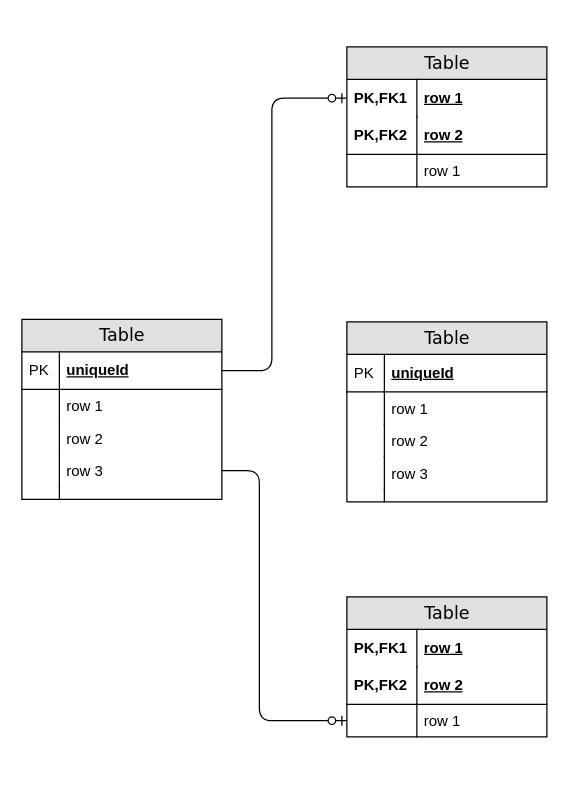
Earlier version of the draw.io diagram sql_design.drawio (sharathmg-sap/code-ux). Source tidied: cells renumbered, new cells numbered last; positions are measured from the earlier drawing's top-left corner, leaving out a move shared by most shapes. Both pictures are drawn from the tidied source at 125%, with x=0, y=0 at pixel (21, 46).
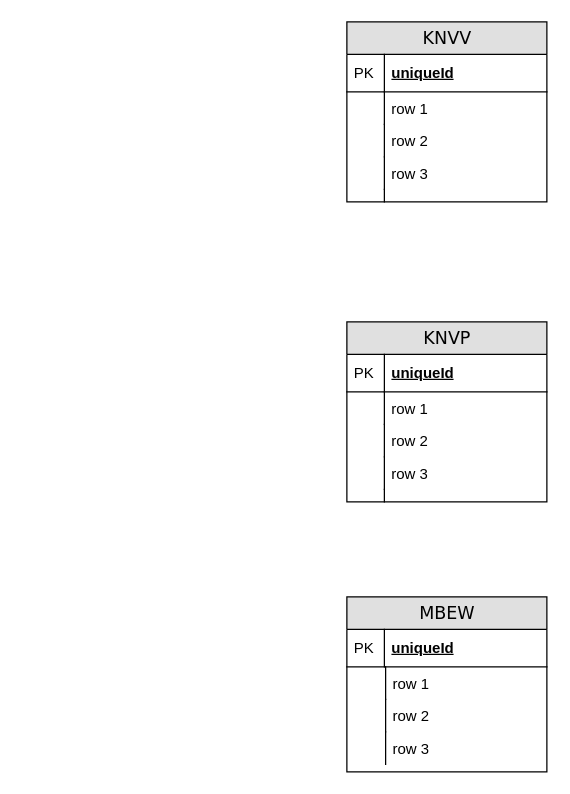
The same diagram, later.

Unchanged cells that the change refers to:
```xml
<mxCell id="28" value="uniqueId" style="shape=partialRectangle;top=0;left=0;right=0;bottom=1;html=1;align=left;verticalAlign=middle;fillColor=none;spacingLeft=34;spacingRight=4;whiteSpace=wrap;overflow=hidden;points=[[0,0.5],[1,0.5]];portConstraint=eastwest;fontStyle=5;" parent="27" vertex="1">
  <mxGeometry y="26" width="160" height="30" as="geometry" />
</mxCell>
<mxCell id="34" value="row 3" style="shape=partialRectangle;top=0;left=0;right=0;bottom=0;html=1;align=left;verticalAlign=top;fillColor=none;spacingLeft=34;spacingRight=4;whiteSpace=wrap;overflow=hidden;points=[[0,0.5],[1,0.5]];portConstraint=eastwest;" parent="27" vertex="1">
  <mxGeometry y="108" width="160" height="26" as="geometry" />
</mxCell>
```

Diff of the diagram source:
```diff
@@
-    <mxCell id="2" value="Table" style="swimlane;html=1;fontStyle=0;horizontal=1;startSize=26;fillColor=#e0e0e0;swimlaneFillColor=#ffffff;align=center;rounded=0;shadow=0;comic=0;labelBackgroundColor=none;strokeWidth=1;fontFamily=Verdana;fontSize=14;" parent="1" vertex="1">
-      <mxGeometry x="260" width="160" height="112" as="geometry" />
-    </mxCell>
-    <mxCell id="3" value="row 1" style="shape=partialRectangle;top=0;left=0;right=0;bottom=0;html=1;align=left;verticalAlign=middle;fillColor=none;spacingLeft=60;spacingRight=4;whiteSpace=wrap;overflow=hidden;points=[[0,0.5],[1,0.5]];portConstraint=eastwest;fontStyle=5;" parent="2" vertex="1">
-      <mxGeometry y="26" width="160" height="30" as="geometry" />
-    </mxCell>
-    <mxCell id="4" value="PK,FK1" style="shape=partialRectangle;fontStyle=1;top=0;left=0;bottom=0;html=1;fillColor=none;align=left;verticalAlign=middle;spacingLeft=4;spacingRight=4;whiteSpace=wrap;overflow=hidden;" parent="3" vertex="1">
-      <mxGeometry width="56" height="30" as="geometry" />
-    </mxCell>
-    <mxCell id="5" value="row 2" style="shape=partialRectangle;top=0;left=0;right=0;bottom=1;html=1;align=left;verticalAlign=middle;fillColor=none;spacingLeft=60;spacingRight=4;whiteSpace=wrap;overflow=hidden;fontStyle=5;" parent="2" vertex="1">
-      <mxGeometry y="56" width="160" height="30" as="geometry" />
-    </mxCell>
-    <mxCell id="6" value="PK,FK2" style="shape=partialRectangle;fontStyle=1;top=0;left=0;bottom=0;html=1;fillColor=none;align=left;verticalAlign=middle;spacingLeft=4;spacingRight=4;whiteSpace=wrap;overflow=hidden;" parent="5" vertex="1">
-      <mxGeometry width="56" height="30" as="geometry" />
-    </mxCell>
-    <mxCell id="7" value="row 1" style="shape=partialRectangle;top=0;left=0;right=0;bottom=0;html=1;align=left;verticalAlign=top;fillColor=none;spacingLeft=60;spacingRight=4;whiteSpace=wrap;overflow=hidden;" parent="2" vertex="1">
-      <mxGeometry y="86" width="160" height="26" as="geometry" />
-    </mxCell>
-    <mxCell id="8" style="shape=partialRectangle;top=0;left=0;bottom=0;html=1;fillColor=none;align=left;verticalAlign=top;spacingLeft=4;spacingRight=4;whiteSpace=wrap;overflow=hidden;" parent="7" vertex="1">
-      <mxGeometry width="56" height="26" as="geometry" />
-    </mxCell>
-    <mxCell id="9" value="Table" style="swimlane;html=1;fontStyle=0;horizontal=1;startSize=26;fillColor=#e0e0e0;swimlaneFillColor=#ffffff;align=center;rounded=0;shadow=0;comic=0;labelBackgroundColor=none;strokeWidth=1;fontFamily=Verdana;fontSize=14;" parent="1" vertex="1">
+    <mxCell id="9" value="KNVP" style="swimlane;html=1;fontStyle=0;horizontal=1;startSize=26;fillColor=#e0e0e0;swimlaneFillColor=#ffffff;align=center;rounded=0;shadow=0;comic=0;labelBackgroundColor=none;strokeWidth=1;fontFamily=Verdana;fontSize=14;" parent="1" vertex="1">
       <mxGeometry x="260" y="220" width="160" height="144" as="geometry" />
     </mxCell>
@@
-    <mxCell id="20" value="Table" style="swimlane;html=1;fontStyle=0;horizontal=1;startSize=26;fillColor=#e0e0e0;swimlaneFillColor=#ffffff;align=center;rounded=0;shadow=0;comic=0;labelBackgroundColor=none;strokeWidth=1;fontFamily=Verdana;fontSize=14;" parent="1" vertex="1">
-      <mxGeometry x="260" y="440" width="160" height="112" as="geometry" />
+    <mxCell id="20" value="MBEW" style="swimlane;html=1;fontStyle=0;horizontal=1;startSize=26;fillColor=#e0e0e0;swimlaneFillColor=#ffffff;align=center;rounded=0;shadow=0;comic=0;labelBackgroundColor=none;strokeWidth=1;fontFamily=Verdana;fontSize=14;" parent="1" vertex="1">
+      <mxGeometry x="260" y="440" width="160" height="140" as="geometry" />
     </mxCell>
-    <mxCell id="21" value="row 1" style="shape=partialRectangle;top=0;left=0;right=0;bottom=0;html=1;align=left;verticalAlign=middle;fillColor=none;spacingLeft=60;spacingRight=4;whiteSpace=wrap;overflow=hidden;fontStyle=5;" parent="20" vertex="1">
-      <mxGeometry y="26" width="160" height="30" as="geometry" />
-    </mxCell>
-    <mxCell id="22" value="PK,FK1" style="shape=partialRectangle;fontStyle=1;top=0;left=0;bottom=0;html=1;fillColor=none;align=left;verticalAlign=middle;spacingLeft=4;spacingRight=4;whiteSpace=wrap;overflow=hidden;" parent="21" vertex="1">
-      <mxGeometry width="56" height="30" as="geometry" />
-    </mxCell>
-    <mxCell id="23" value="row 2" style="shape=partialRectangle;top=0;left=0;right=0;bottom=1;html=1;align=left;verticalAlign=middle;fillColor=none;spacingLeft=60;spacingRight=4;whiteSpace=wrap;overflow=hidden;fontStyle=5;" parent="20" vertex="1">
-      <mxGeometry y="56" width="160" height="30" as="geometry" />
-    </mxCell>
-    <mxCell id="24" value="PK,FK2" style="shape=partialRectangle;fontStyle=1;top=0;left=0;bottom=0;html=1;fillColor=none;align=left;verticalAlign=middle;spacingLeft=4;spacingRight=4;whiteSpace=wrap;overflow=hidden;" parent="23" vertex="1">
-      <mxGeometry width="56" height="30" as="geometry" />
-    </mxCell>
-    <mxCell id="25" value="row 1" style="shape=partialRectangle;top=0;left=0;right=0;bottom=0;html=1;align=left;verticalAlign=top;fillColor=none;spacingLeft=60;spacingRight=4;whiteSpace=wrap;overflow=hidden;points=[[0,0.5],[1,0.5]];portConstraint=eastwest;" parent="20" vertex="1">
-      <mxGeometry y="86" width="160" height="26" as="geometry" />
-    </mxCell>
-    <mxCell id="26" style="shape=partialRectangle;top=0;left=0;bottom=0;html=1;fillColor=none;align=left;verticalAlign=top;spacingLeft=4;spacingRight=4;whiteSpace=wrap;overflow=hidden;" parent="25" vertex="1">
-      <mxGeometry width="56" height="26" as="geometry" />
-    </mxCell>
+    <mxCell id="40" value="uniqueId" style="shape=partialRectangle;top=0;left=0;right=0;bottom=1;html=1;align=left;verticalAlign=middle;fillColor=none;spacingLeft=34;spacingRight=4;whiteSpace=wrap;overflow=hidden;fontStyle=5;" parent="20" vertex="1">
+      <mxGeometry y="26" width="160" height="30" as="geometry" />
+    </mxCell>
+    <mxCell id="41" value="PK" style="shape=partialRectangle;top=0;left=0;bottom=0;html=1;fillColor=none;align=left;verticalAlign=middle;spacingLeft=4;spacingRight=4;whiteSpace=wrap;overflow=hidden;" parent="40" vertex="1">
+      <mxGeometry width="30" height="30" as="geometry" />
+    </mxCell>
-    <mxCell id="27" value="Table" style="swimlane;html=1;fontStyle=0;horizontal=1;startSize=26;fillColor=#e0e0e0;swimlaneFillColor=#ffffff;align=center;rounded=0;shadow=0;comic=0;labelBackgroundColor=none;strokeWidth=1;fontFamily=Verdana;fontSize=14;" parent="1" vertex="1">
-      <mxGeometry y="218" width="160" height="144" as="geometry" />
+    <mxCell id="27" value="KNVV" style="swimlane;html=1;fontStyle=0;horizontal=1;startSize=26;fillColor=#e0e0e0;swimlaneFillColor=#ffffff;align=center;rounded=0;shadow=0;comic=0;labelBackgroundColor=none;strokeWidth=1;fontFamily=Verdana;fontSize=14;" parent="1" vertex="1">
+      <mxGeometry x="260" y="-20" width="160" height="144" as="geometry" />
     </mxCell>
@@
-    <mxCell id="38" style="edgeStyle=orthogonalEdgeStyle;html=1;endArrow=ERzeroToOne;endFill=1;labelBackgroundColor=none;fontFamily=Verdana;fontSize=14;entryX=0;entryY=0.5;exitX=1;exitY=0.5;" parent="1" edge="1" source="28" target="3">
-      <mxGeometry relative="1" as="geometry">
-        <Array as="points">
-          <mxPoint x="200" y="259" />
-          <mxPoint x="200" y="41" />
-        </Array>
-      </mxGeometry>
-    </mxCell>
-    <mxCell id="39" style="edgeStyle=orthogonalEdgeStyle;html=1;endArrow=ERzeroToOne;endFill=1;labelBackgroundColor=none;fontFamily=Verdana;fontSize=14;entryX=0;entryY=0.5;exitX=1;exitY=0.5;" parent="1" edge="1" source="34" target="25">
-      <mxGeometry relative="1" as="geometry">
-        <Array as="points">
-          <mxPoint x="190" y="339" />
-          <mxPoint x="190" y="539" />
-        </Array>
-      </mxGeometry>
-    </mxCell>
+    <mxCell id="42" value="row 1" style="shape=partialRectangle;top=0;left=0;right=0;bottom=0;html=1;align=left;verticalAlign=top;fillColor=none;spacingLeft=34;spacingRight=4;whiteSpace=wrap;overflow=hidden;" parent="1" vertex="1">
+      <mxGeometry x="261" y="496" width="160" height="26" as="geometry" />
+    </mxCell>
+    <mxCell id="43" style="shape=partialRectangle;top=0;left=0;bottom=0;html=1;fillColor=none;align=left;verticalAlign=top;spacingLeft=4;spacingRight=4;whiteSpace=wrap;overflow=hidden;" parent="42" vertex="1">
+      <mxGeometry width="30" height="26" as="geometry" />
+    </mxCell>
+    <mxCell id="44" value="row 2" style="shape=partialRectangle;top=0;left=0;right=0;bottom=0;html=1;align=left;verticalAlign=top;fillColor=none;spacingLeft=34;spacingRight=4;whiteSpace=wrap;overflow=hidden;" parent="1" vertex="1">
+      <mxGeometry x="261" y="522" width="160" height="26" as="geometry" />
+    </mxCell>
+    <mxCell id="45" style="shape=partialRectangle;top=0;left=0;bottom=0;html=1;fillColor=none;align=left;verticalAlign=top;spacingLeft=4;spacingRight=4;whiteSpace=wrap;overflow=hidden;" parent="44" vertex="1">
+      <mxGeometry width="30" height="26" as="geometry" />
+    </mxCell>
+    <mxCell id="46" value="row 3" style="shape=partialRectangle;top=0;left=0;right=0;bottom=0;html=1;align=left;verticalAlign=top;fillColor=none;spacingLeft=34;spacingRight=4;whiteSpace=wrap;overflow=hidden;" parent="1" vertex="1">
+      <mxGeometry x="261" y="548" width="160" height="26" as="geometry" />
+    </mxCell>
+    <mxCell id="47" style="shape=partialRectangle;top=0;left=0;bottom=0;html=1;fillColor=none;align=left;verticalAlign=top;spacingLeft=4;spacingRight=4;whiteSpace=wrap;overflow=hidden;" parent="46" vertex="1">
+      <mxGeometry width="30" height="26" as="geometry" />
+    </mxCell>
```
